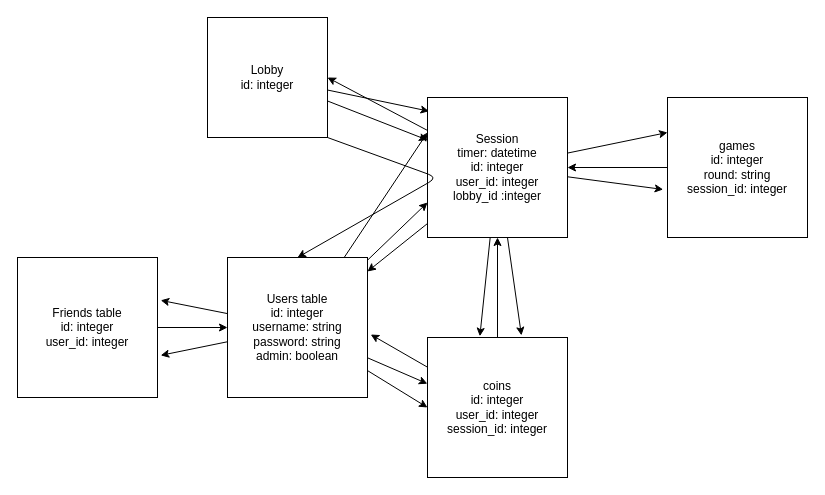
Earlier version of the draw.io diagram test.svg.drawio (mikeship04/Gametime). Source tidied: cells renumbered, new cells numbered last; positions are measured from the earlier drawing's top-left corner, leaving out a move shared by most shapes. Both pictures are drawn from the tidied source at 100%, with x=0, y=0 at pixel (17, 17).
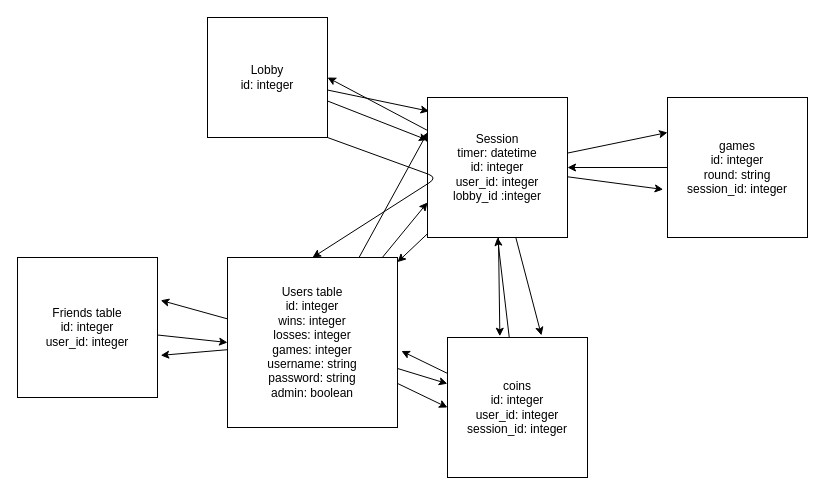
After the change.

What changed in the source:
```diff
@@
     <mxCell id="6" value="coins&lt;br&gt;id: integer&lt;br&gt;user_id: integer&lt;br&gt;session_id: integer" style="whiteSpace=wrap;html=1;" parent="1" vertex="1">
-      <mxGeometry x="410" y="320" width="140" height="140" as="geometry" />
+      <mxGeometry x="430" y="320" width="140" height="140" as="geometry" />
     </mxCell>
@@
-    <mxCell id="13" value="Users table&lt;br&gt;id: integer&lt;br&gt;username: string&lt;br&gt;password: string&lt;br&gt;admin: boolean" style="whiteSpace=wrap;html=1;" parent="1" vertex="1">
-      <mxGeometry x="210" y="240" width="140" height="140" as="geometry" />
+    <mxCell id="13" value="Users table&lt;br&gt;id: integer&lt;br&gt;wins: integer&lt;br&gt;losses: integer&lt;br&gt;games: integer&lt;br&gt;username: string&lt;br&gt;password: string&lt;br&gt;admin: boolean" style="whiteSpace=wrap;html=1;" parent="1" vertex="1">
+      <mxGeometry x="210" y="240" width="170" height="170" as="geometry" />
     </mxCell>
```
